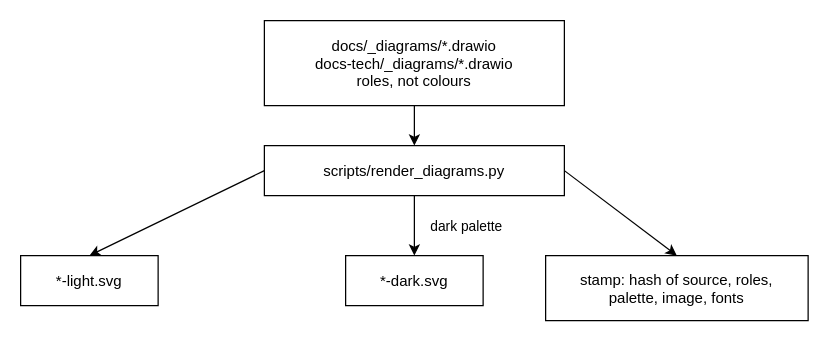
This is docs-tech/_diagrams/diagram-pipeline.drawio from openwhistle/website, a draw.io file, before an edit. Source tidied: cells renumbered, new cells numbered last; positions are measured from the earlier drawing's top-left corner, leaving out a move shared by most shapes. Both pictures are drawn from the tidied source at 125%, with x=0, y=0 at pixel (20, 20).
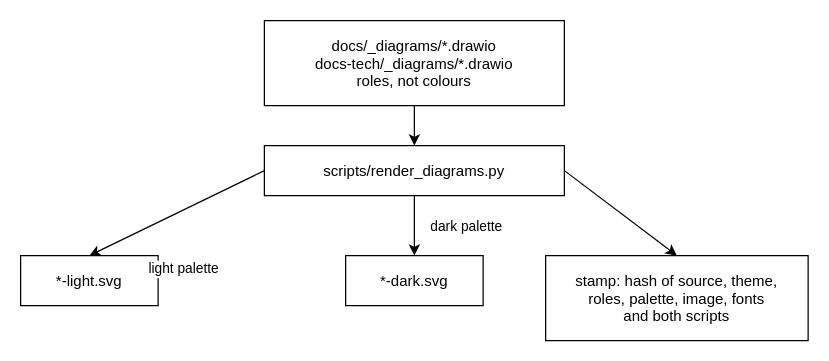
Above is the later version.

Diff of the diagram source:
```diff
@@
 <mxGraphModel>
   <root>
     <mxCell id="0" />
     <mxCell id="1" parent="0" />
     <mxCell id="2" value="docs/_diagrams/*.drawio&#10;docs-tech/_diagrams/*.drawio&#10;roles, not colours" style="ow:step;" parent="1" vertex="1">
       <mxGeometry x="195" width="240" height="68" as="geometry" />
     </mxCell>
     <mxCell id="3" value="scripts/render_diagrams.py" style="ow:step;" parent="1" vertex="1">
       <mxGeometry x="195" y="100" width="240" height="40" as="geometry" />
     </mxCell>
     <mxCell id="4" value="*-light.svg" style="ow:result;" parent="1" vertex="1">
       <mxGeometry y="188" width="110" height="40" as="geometry" />
     </mxCell>
     <mxCell id="5" value="*-dark.svg" style="ow:result;" parent="1" vertex="1">
       <mxGeometry x="260" y="188" width="110" height="40" as="geometry" />
     </mxCell>
-    <mxCell id="6" value="stamp: hash of source, roles,&#10;palette, image, fonts" style="ow:note;" parent="1" vertex="1">
-      <mxGeometry x="420" y="188" width="210" height="52" as="geometry" />
+    <mxCell id="6" value="stamp: hash of source, theme,&#10;roles, palette, image, fonts&#10;and both scripts" style="ow:note;" parent="1" vertex="1">
+      <mxGeometry x="420" y="188" width="210" height="68" as="geometry" />
     </mxCell>
     <mxCell id="7" style="ow:edge;" parent="1" edge="1" source="2" target="3">
       <mxGeometry relative="1" as="geometry" />
     </mxCell>
-    <mxCell id="8" style="ow:edge;exitX=0;exitY=0.5;exitDx=0;exitDy=0;entryX=0.5;entryY=0;entryDx=0;entryDy=0;" parent="1" edge="1" source="3" target="4">
-      <mxGeometry relative="1" as="geometry" />
+    <mxCell id="8" value="light palette" style="ow:edge;exitX=0;exitY=0.5;exitDx=0;exitDy=0;entryX=0.5;entryY=0;entryDx=0;entryDy=0;" parent="1" edge="1" source="3" target="4">
+      <mxGeometry relative="1" as="geometry">
+        <mxPoint x="6" y="44" as="offset" />
+      </mxGeometry>
     </mxCell>
     <mxCell id="9" value="dark palette" style="ow:edge;exitX=0.5;exitY=1;exitDx=0;exitDy=0;entryX=0.5;entryY=0;entryDx=0;entryDy=0;" parent="1" edge="1" source="3" target="5">
       <mxGeometry relative="1" as="geometry">
         <mxPoint x="42" as="offset" />
       </mxGeometry>
     </mxCell>
     <mxCell id="10" style="ow:edge;exitX=1;exitY=0.5;exitDx=0;exitDy=0;entryX=0.5;entryY=0;entryDx=0;entryDy=0;" parent="1" edge="1" source="3" target="6">
       <mxGeometry relative="1" as="geometry" />
     </mxCell>
   </root>
 </mxGraphModel>
```
